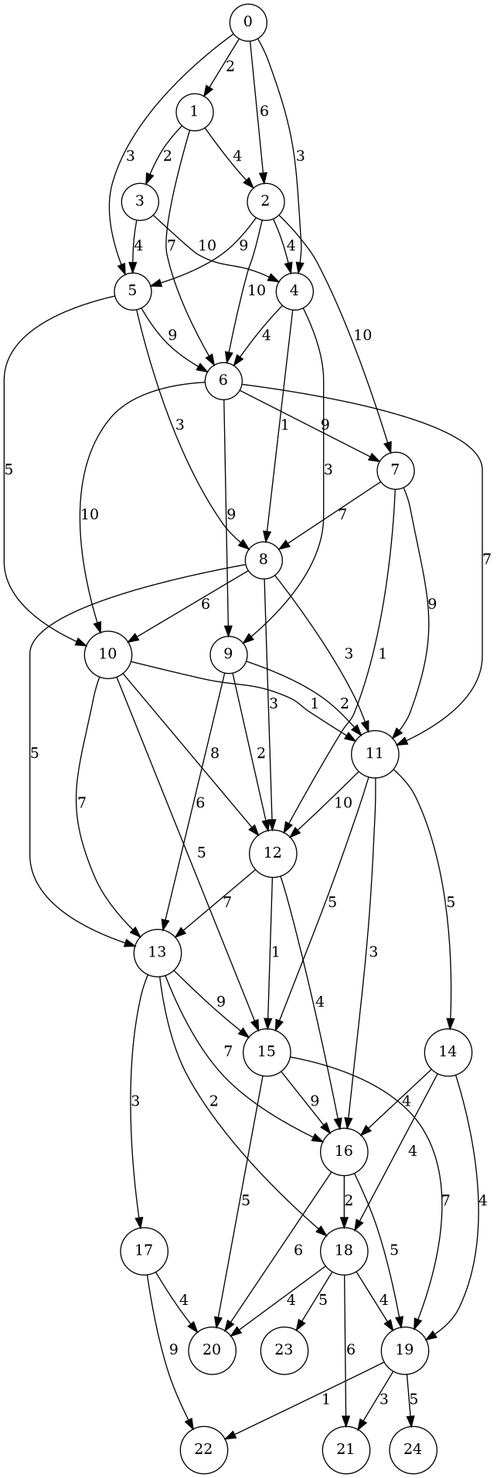
Before: figures/graph9.png, a diagram exported from Graphviz (kaygun/ford-fulkerson). Its source is kept beside it as figures/graph9.dot.
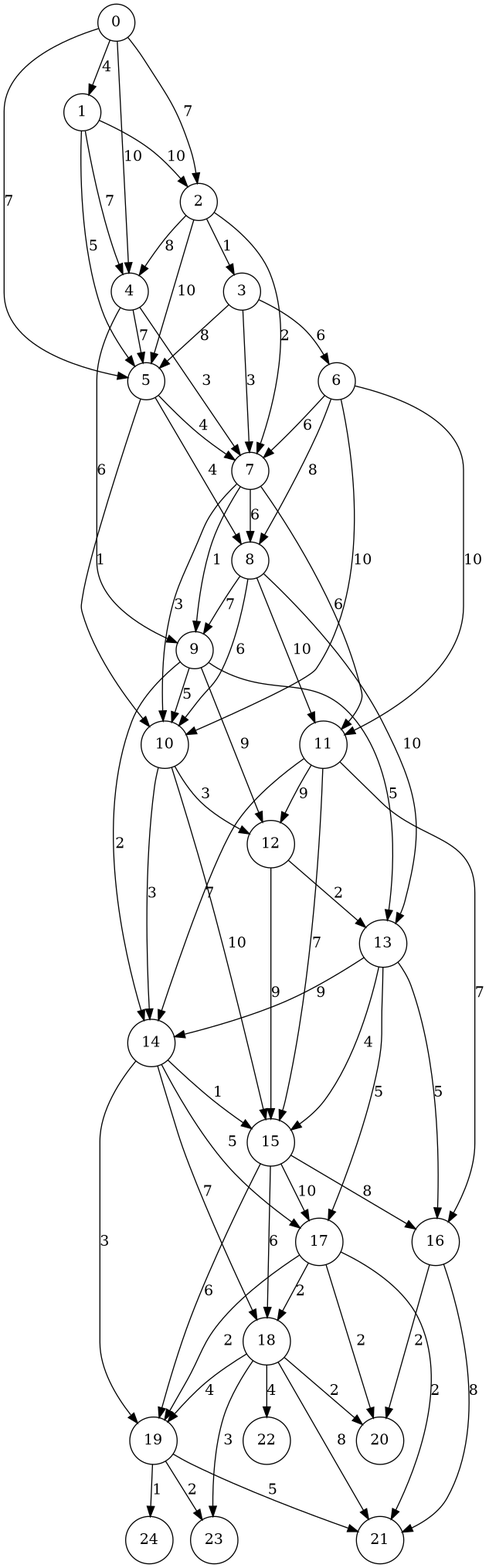
Later version of the same file.

Change to the diagram source:
```diff
@@ -1,69 +1,74 @@
 digraph G {
 node[shape=circle];
-"8" -> "11" [label=3];
-"16" -> "19" [label=5];
-"7" -> "12" [label=1];
-"18" -> "23" [label=5];
-"13" -> "15" [label=9];
-"7" -> "11" [label=9];
-"10" -> "15" [label=5];
-"2" -> "5" [label=9];
-"15" -> "16" [label=9];
-"10" -> "13" [label=7];
-"15" -> "19" [label=7];
-"6" -> "7" [label=9];
-"12" -> "13" [label=7];
-"5" -> "10" [label=5];
-"0" -> "5" [label=3];
-"3" -> "4" [label=10];
-"19" -> "24" [label=5];
-"11" -> "14" [label=5];
-"19" -> "22" [label=1];
+"8" -> "11" [label=10];
+"10" -> "14" [label=3];
+"8" -> "9" [label=7];
+"18" -> "23" [label=3];
+"13" -> "15" [label=4];
+"7" -> "11" [label=6];
+"10" -> "15" [label=10];
+"14" -> "17" [label=5];
+"2" -> "3" [label=1];
+"2" -> "5" [label=10];
+"15" -> "16" [label=8];
+"15" -> "17" [label=10];
+"15" -> "19" [label=6];
+"6" -> "7" [label=6];
+"12" -> "13" [label=2];
+"5" -> "10" [label=1];
+"0" -> "5" [label=7];
+"19" -> "24" [label=1];
+"17" -> "18" [label=2];
+"11" -> "14" [label=7];
 "18" -> "19" [label=4];
-"7" -> "8" [label=7];
+"7" -> "8" [label=6];
+"19" -> "23" [label=2];
 "8" -> "10" [label=6];
-"14" -> "19" [label=4];
-"9" -> "12" [label=2];
-"4" -> "9" [label=3];
-"15" -> "20" [label=5];
-"4" -> "6" [label=4];
-"11" -> "12" [label=10];
-"1" -> "3" [label=2];
-"4" -> "8" [label=1];
-"10" -> "11" [label=1];
-"5" -> "6" [label=9];
-"5" -> "8" [label=3];
-"16" -> "18" [label=2];
-"8" -> "13" [label=5];
-"9" -> "11" [label=2];
-"6" -> "11" [label=7];
-"10" -> "12" [label=8];
-"2" -> "7" [label=10];
-"13" -> "17" [label=3];
-"2" -> "4" [label=4];
-"12" -> "15" [label=1];
-"0" -> "2" [label=6];
-"6" -> "9" [label=9];
-"11" -> "15" [label=5];
-"19" -> "21" [label=3];
-"0" -> "4" [label=3];
-"14" -> "18" [label=4];
-"9" -> "13" [label=6];
-"13" -> "16" [label=7];
-"13" -> "18" [label=2];
+"14" -> "19" [label=3];
+"9" -> "12" [label=9];
+"4" -> "7" [label=3];
+"4" -> "9" [label=6];
+"14" -> "15" [label=1];
+"1" -> "4" [label=7];
+"5" -> "7" [label=4];
+"11" -> "12" [label=9];
+"18" -> "22" [label=4];
+"1" -> "5" [label=5];
+"9" -> "14" [label=2];
+"15" -> "18" [label=6];
+"5" -> "8" [label=4];
+"8" -> "13" [label=10];
+"6" -> "8" [label=8];
+"6" -> "11" [label=10];
+"7" -> "9" [label=1];
+"10" -> "12" [label=3];
+"2" -> "7" [label=2];
+"13" -> "17" [label=5];
+"2" -> "4" [label=8];
+"3" -> "6" [label=6];
+"12" -> "15" [label=9];
+"7" -> "10" [label=3];
+"4" -> "5" [label=7];
+"0" -> "2" [label=7];
+"11" -> "15" [label=7];
+"19" -> "21" [label=5];
+"0" -> "4" [label=10];
+"14" -> "18" [label=7];
+"9" -> "13" [label=5];
+"13" -> "16" [label=5];
 "6" -> "10" [label=10];
-"14" -> "16" [label=4];
-"1" -> "6" [label=7];
-"16" -> "20" [label=6];
-"18" -> "21" [label=6];
-"2" -> "6" [label=10];
-"8" -> "12" [label=3];
-"12" -> "16" [label=4];
-"1" -> "2" [label=4];
-"18" -> "20" [label=4];
-"3" -> "5" [label=4];
-"17" -> "22" [label=9];
-"11" -> "16" [label=3];
-"0" -> "1" [label=2];
-"17" -> "20" [label=4];
+"17" -> "19" [label=2];
+"3" -> "7" [label=3];
+"16" -> "20" [label=2];
+"18" -> "21" [label=8];
+"9" -> "10" [label=5];
+"16" -> "21" [label=8];
+"1" -> "2" [label=10];
+"18" -> "20" [label=2];
+"3" -> "5" [label=8];
+"13" -> "14" [label=9];
+"11" -> "16" [label=7];
+"0" -> "1" [label=4];
+"17" -> "21" [label=2];
+"17" -> "20" [label=2];
 }
```
